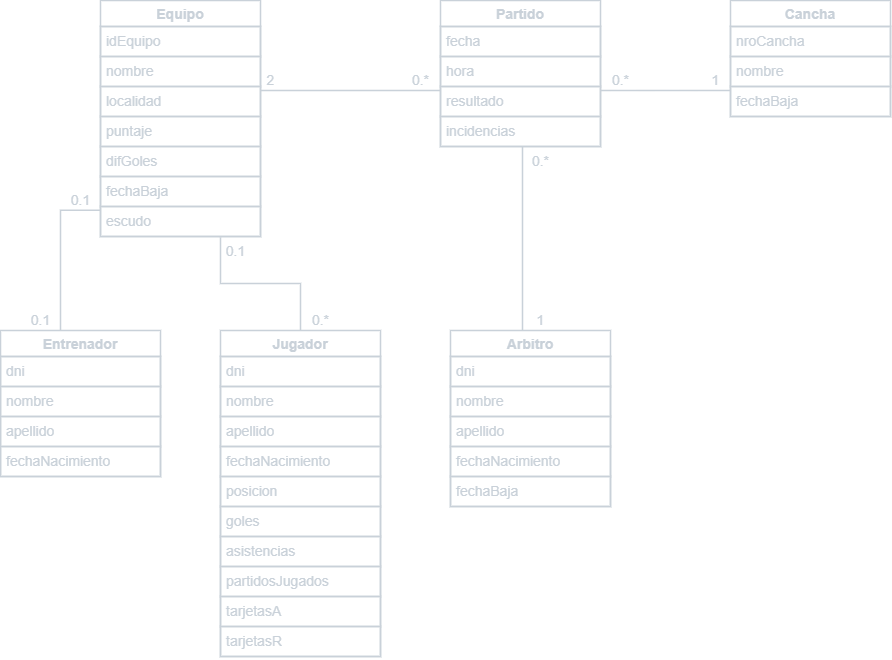
Above: imgs/javaLigaFutbol.png in seba9988/TpJava (draw.io), before the change. Source tidied: cells renumbered, new cells last; positions are measured from the earlier drawing's top-left corner, leaving out a move shared by most shapes.
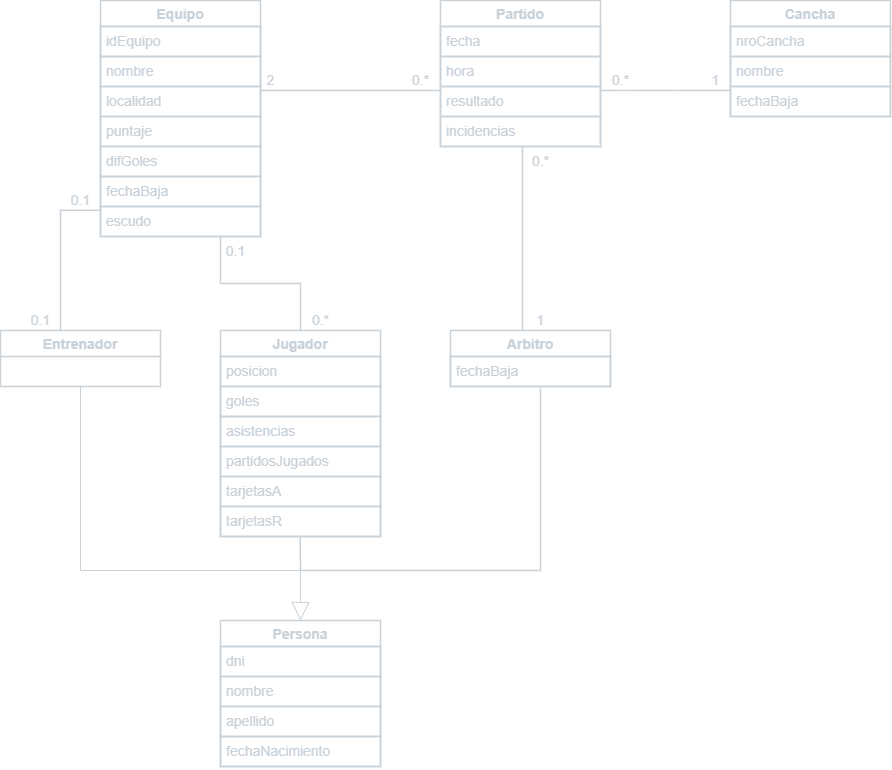
After the commit.

Commit message:
se agrego herencia en el modelo de dominio

What changed in the source:
```diff
@@ -39,52 +39,28 @@
       <mxGeometry y="86" width="160" height="30" as="geometry" />
     </mxCell>
     <mxCell id="14" value="Entrenador" style="swimlane;fontStyle=1;horizontal=1;startSize=26;align=center;fontSize=14;strokeColor=#C9D1D9;fontColor=#C9D1D9;fillColor=none;strokeWidth=1.5;" parent="1" vertex="1">
-      <mxGeometry y="330" width="160" height="146" as="geometry" />
+      <mxGeometry y="330" width="160" height="56" as="geometry" />
     </mxCell>
-    <mxCell id="15" value="dni" style="text;strokeColor=#C9D1D9;fillColor=none;spacingLeft=4;spacingRight=4;overflow=hidden;fontSize=14;fontColor=#C9D1D9;strokeWidth=1.5;" parent="14" vertex="1">
-      <mxGeometry y="26" width="160" height="30" as="geometry" />
-    </mxCell>
-    <mxCell id="16" value="nombre" style="text;strokeColor=#C9D1D9;fillColor=none;spacingLeft=4;spacingRight=4;overflow=hidden;fontSize=14;fontColor=#C9D1D9;strokeWidth=1.5;" parent="14" vertex="1">
-      <mxGeometry y="56" width="160" height="30" as="geometry" />
-    </mxCell>
-    <mxCell id="17" value="apellido" style="text;strokeColor=#C9D1D9;fillColor=none;spacingLeft=4;spacingRight=4;overflow=hidden;fontSize=14;fontColor=#C9D1D9;strokeWidth=1.5;" parent="14" vertex="1">
-      <mxGeometry y="86" width="160" height="30" as="geometry" />
-    </mxCell>
-    <mxCell id="18" value="fechaNacimiento" style="text;strokeColor=#C9D1D9;fillColor=none;spacingLeft=4;spacingRight=4;overflow=hidden;fontSize=14;fontColor=#C9D1D9;strokeWidth=1.5;" parent="14" vertex="1">
-      <mxGeometry y="116" width="160" height="30" as="geometry" />
-    </mxCell>
     <mxCell id="19" value="Jugador" style="swimlane;fontStyle=1;horizontal=1;startSize=26;align=center;fontSize=14;strokeColor=#C9D1D9;fontColor=#C9D1D9;fillColor=none;strokeWidth=1.5;" parent="1" vertex="1">
-      <mxGeometry x="220" y="330" width="160" height="326" as="geometry" />
+      <mxGeometry x="220" y="330" width="160" height="206" as="geometry" />
     </mxCell>
-    <mxCell id="20" value="dni" style="text;strokeColor=#C9D1D9;fillColor=none;spacingLeft=4;spacingRight=4;overflow=hidden;fontSize=14;fontColor=#C9D1D9;strokeWidth=1.5;" parent="19" vertex="1">
-      <mxGeometry y="26" width="160" height="30" as="geometry" />
-    </mxCell>
-    <mxCell id="21" value="nombre" style="text;strokeColor=#C9D1D9;fillColor=none;spacingLeft=4;spacingRight=4;overflow=hidden;fontSize=14;fontColor=#C9D1D9;strokeWidth=1.5;" parent="19" vertex="1">
-      <mxGeometry y="56" width="160" height="30" as="geometry" />
-    </mxCell>
-    <mxCell id="22" value="apellido" style="text;strokeColor=#C9D1D9;fillColor=none;spacingLeft=4;spacingRight=4;overflow=hidden;fontSize=14;fontColor=#C9D1D9;strokeWidth=1.5;" parent="19" vertex="1">
-      <mxGeometry y="86" width="160" height="30" as="geometry" />
-    </mxCell>
-    <mxCell id="23" value="fechaNacimiento" style="text;strokeColor=#C9D1D9;fillColor=none;spacingLeft=4;spacingRight=4;overflow=hidden;fontSize=14;fontColor=#C9D1D9;strokeWidth=1.5;" parent="19" vertex="1">
-      <mxGeometry y="116" width="160" height="30" as="geometry" />
-    </mxCell>
     <mxCell id="24" value="posicion" style="text;strokeColor=#C9D1D9;fillColor=none;spacingLeft=4;spacingRight=4;overflow=hidden;fontSize=14;fontColor=#C9D1D9;strokeWidth=1.5;" parent="19" vertex="1">
-      <mxGeometry y="146" width="160" height="30" as="geometry" />
+      <mxGeometry y="26" width="160" height="30" as="geometry" />
     </mxCell>
     <mxCell id="25" value="goles" style="text;strokeColor=#C9D1D9;fillColor=none;spacingLeft=4;spacingRight=4;overflow=hidden;fontSize=14;fontColor=#C9D1D9;strokeWidth=1.5;" parent="19" vertex="1">
-      <mxGeometry y="176" width="160" height="30" as="geometry" />
+      <mxGeometry y="56" width="160" height="30" as="geometry" />
     </mxCell>
     <mxCell id="26" value="asistencias" style="text;strokeColor=#C9D1D9;fillColor=none;spacingLeft=4;spacingRight=4;overflow=hidden;fontSize=14;fontColor=#C9D1D9;strokeWidth=1.5;" parent="19" vertex="1">
-      <mxGeometry y="206" width="160" height="30" as="geometry" />
+      <mxGeometry y="86" width="160" height="30" as="geometry" />
     </mxCell>
     <mxCell id="27" value="partidosJugados" style="text;strokeColor=#C9D1D9;fillColor=none;spacingLeft=4;spacingRight=4;overflow=hidden;fontSize=14;fontColor=#C9D1D9;strokeWidth=1.5;" parent="19" vertex="1">
-      <mxGeometry y="236" width="160" height="30" as="geometry" />
+      <mxGeometry y="116" width="160" height="30" as="geometry" />
     </mxCell>
     <mxCell id="28" value="tarjetasA" style="text;strokeColor=#C9D1D9;fillColor=none;spacingLeft=4;spacingRight=4;overflow=hidden;fontSize=14;fontColor=#C9D1D9;strokeWidth=1.5;" parent="19" vertex="1">
-      <mxGeometry y="266" width="160" height="30" as="geometry" />
+      <mxGeometry y="146" width="160" height="30" as="geometry" />
     </mxCell>
     <mxCell id="29" value="tarjetasR" style="text;strokeColor=#C9D1D9;fillColor=none;spacingLeft=4;spacingRight=4;overflow=hidden;points=[[0,0.5],[1,0.5]];portConstraint=eastwest;fontSize=14;fontColor=#C9D1D9;strokeWidth=1.5;" parent="19" vertex="1">
-      <mxGeometry y="296" width="160" height="30" as="geometry" />
+      <mxGeometry y="176" width="160" height="30" as="geometry" />
     </mxCell>
     <mxCell id="30" value="Partido" style="swimlane;fontStyle=1;horizontal=1;startSize=26;align=center;fontSize=14;strokeColor=#C9D1D9;fontColor=#C9D1D9;fillColor=none;strokeWidth=1.5;" parent="1" vertex="1">
       <mxGeometry x="440" width="160" height="146" as="geometry" />
@@ -102,22 +78,10 @@
       <mxGeometry y="116" width="160" height="30" as="geometry" />
     </mxCell>
     <mxCell id="35" value="Arbitro" style="swimlane;fontStyle=1;horizontal=1;startSize=26;align=center;fontSize=14;strokeColor=#C9D1D9;fontColor=#C9D1D9;fillColor=none;strokeWidth=1.5;" parent="1" vertex="1">
-      <mxGeometry x="450" y="330" width="160" height="176" as="geometry" />
+      <mxGeometry x="450" y="330" width="160" height="56" as="geometry" />
     </mxCell>
-    <mxCell id="36" value="dni" style="text;strokeColor=#C9D1D9;fillColor=none;spacingLeft=4;spacingRight=4;overflow=hidden;fontSize=14;fontColor=#C9D1D9;strokeWidth=1.5;" parent="35" vertex="1">
-      <mxGeometry y="26" width="160" height="30" as="geometry" />
-    </mxCell>
-    <mxCell id="37" value="nombre" style="text;strokeColor=#C9D1D9;fillColor=none;spacingLeft=4;spacingRight=4;overflow=hidden;fontSize=14;fontColor=#C9D1D9;strokeWidth=1.5;" parent="35" vertex="1">
-      <mxGeometry y="56" width="160" height="30" as="geometry" />
-    </mxCell>
-    <mxCell id="38" value="apellido" style="text;strokeColor=#C9D1D9;fillColor=none;spacingLeft=4;spacingRight=4;overflow=hidden;fontSize=14;fontColor=#C9D1D9;strokeWidth=1.5;" parent="35" vertex="1">
-      <mxGeometry y="86" width="160" height="30" as="geometry" />
-    </mxCell>
-    <mxCell id="39" value="fechaNacimiento" style="text;strokeColor=#C9D1D9;fillColor=none;spacingLeft=4;spacingRight=4;overflow=hidden;fontSize=14;fontColor=#C9D1D9;strokeWidth=1.5;" parent="35" vertex="1">
-      <mxGeometry y="116" width="160" height="30" as="geometry" />
-    </mxCell>
     <mxCell id="40" value="fechaBaja" style="text;strokeColor=#C9D1D9;fillColor=none;spacingLeft=4;spacingRight=4;overflow=hidden;points=[[0,0.5],[1,0.5]];portConstraint=eastwest;fontSize=14;fontColor=#C9D1D9;strokeWidth=1.5;" parent="35" vertex="1">
-      <mxGeometry y="146" width="160" height="30" as="geometry" />
+      <mxGeometry y="26" width="160" height="30" as="geometry" />
     </mxCell>
     <mxCell id="41" style="endArrow=none;html=1;rounded=0;exitX=-0.002;exitY=0.124;exitDx=0;exitDy=0;exitPerimeter=0;entryX=0.375;entryY=0;entryDx=0;entryDy=0;entryPerimeter=0;edgeStyle=orthogonalEdgeStyle;strokeColor=#C9D1D9;fontColor=#C9D1D9;fontSize=14;strokeWidth=1.5;" parent="1" edge="1" source="9" target="14">
       <mxGeometry relative="1" as="geometry" />
@@ -177,5 +141,41 @@
     <mxCell id="55" value="1" style="text;html=1;align=center;verticalAlign=middle;fillColor=none;fontColor=#C9D1D9;fontSize=14;strokeColor=none;strokeWidth=1.5;" parent="1" vertex="1">
       <mxGeometry x="700" y="65" width="30" height="30" as="geometry" />
     </mxCell>
+    <mxCell id="56" value="Persona" style="swimlane;fontStyle=1;horizontal=1;startSize=26;align=center;fontSize=14;strokeColor=#C9D1D9;fontColor=#C9D1D9;fillColor=none;strokeWidth=1.5;" parent="1" vertex="1">
+      <mxGeometry x="220" y="620" width="160" height="146" as="geometry" />
+    </mxCell>
+    <mxCell id="57" value="dni" style="text;strokeColor=#C9D1D9;fillColor=none;spacingLeft=4;spacingRight=4;overflow=hidden;fontSize=14;fontColor=#C9D1D9;strokeWidth=1.5;" parent="56" vertex="1">
+      <mxGeometry y="26" width="160" height="30" as="geometry" />
+    </mxCell>
+    <mxCell id="58" value="nombre" style="text;strokeColor=#C9D1D9;fillColor=none;spacingLeft=4;spacingRight=4;overflow=hidden;fontSize=14;fontColor=#C9D1D9;strokeWidth=1.5;" parent="56" vertex="1">
+      <mxGeometry y="56" width="160" height="30" as="geometry" />
+    </mxCell>
+    <mxCell id="59" value="apellido" style="text;strokeColor=#C9D1D9;fillColor=none;spacingLeft=4;spacingRight=4;overflow=hidden;fontSize=14;fontColor=#C9D1D9;strokeWidth=1.5;" parent="56" vertex="1">
+      <mxGeometry y="86" width="160" height="30" as="geometry" />
+    </mxCell>
+    <mxCell id="60" value="fechaNacimiento" style="text;strokeColor=#C9D1D9;fillColor=none;spacingLeft=4;spacingRight=4;overflow=hidden;fontSize=14;fontColor=#C9D1D9;strokeWidth=1.5;" parent="56" vertex="1">
+      <mxGeometry y="116" width="160" height="30" as="geometry" />
+    </mxCell>
+    <mxCell id="61" style="endArrow=block;endSize=16;endFill=0;html=1;rounded=0;entryX=0.5;entryY=0;entryDx=0;entryDy=0;exitX=0.5;exitY=1;exitDx=0;exitDy=0;strokeColor=#C9D1D9;" parent="1" edge="1" source="14" target="56">
+      <mxGeometry relative="1" as="geometry">
+        <Array as="points">
+          <mxPoint x="80" y="570" />
+          <mxPoint x="300" y="570" />
+        </Array>
+      </mxGeometry>
+    </mxCell>
+    <mxCell id="62" style="endArrow=none;html=1;rounded=0;exitX=0.499;exitY=1.007;exitDx=0;exitDy=0;exitPerimeter=0;edgeStyle=orthogonalEdgeStyle;strokeColor=#C9D1D9;fontColor=#C9D1D9;fontSize=14;strokeWidth=1.5;" parent="1" edge="1" source="29">
+      <mxGeometry relative="1" as="geometry">
+        <mxPoint x="300" y="570" as="targetPoint" />
+      </mxGeometry>
+    </mxCell>
+    <mxCell id="63" style="endArrow=none;html=1;rounded=0;edgeStyle=orthogonalEdgeStyle;strokeColor=#C9D1D9;fontColor=#C9D1D9;fontSize=14;strokeWidth=1.5;entryX=0.562;entryY=1.079;entryDx=0;entryDy=0;entryPerimeter=0;" parent="1" edge="1" target="40">
+      <mxGeometry relative="1" as="geometry">
+        <mxPoint x="300" y="570" as="sourcePoint" />
+        <Array as="points">
+          <mxPoint x="540" y="570" />
+        </Array>
+      </mxGeometry>
+    </mxCell>
   </root>
 </mxGraphModel>
```
